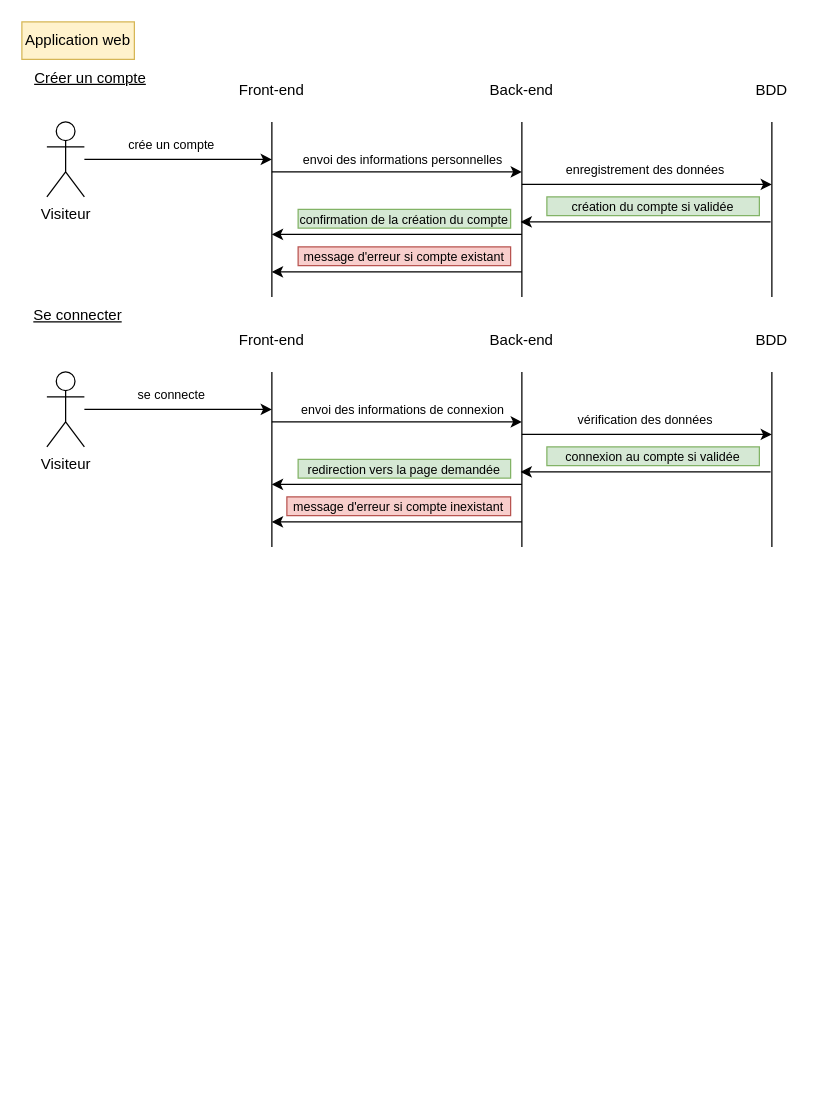
Earlier version of the draw.io diagram sequence_web.drawio (Thifanie/cinephoria). Source tidied: cells renumbered, new cells numbered last; positions are measured from the earlier drawing's top-left corner, leaving out a move shared by most shapes. Both pictures are drawn from the tidied source at 125%, with x=0, y=0 at pixel (21, 21).
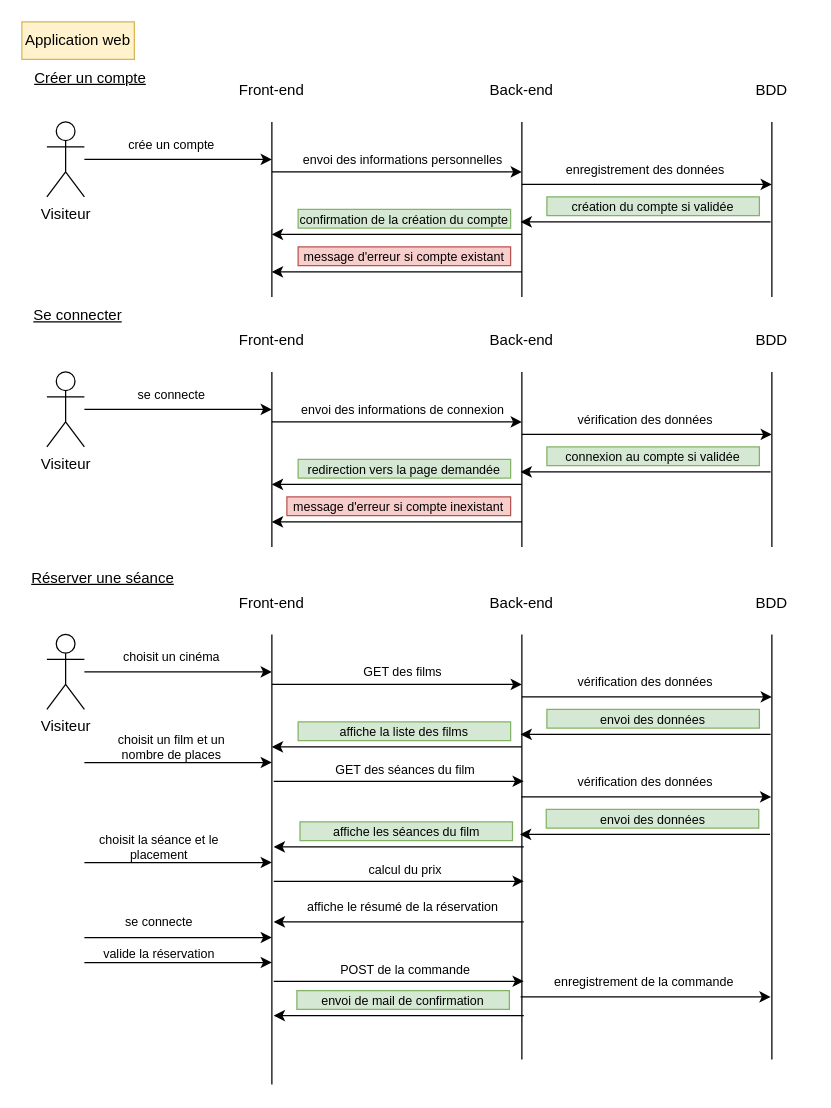
The same diagram, later.

Commit message (it also covers changes not shown here):
Mettre à jour sequence_web.drawio

Change to the diagram source:
```diff
@@
+    <mxCell id="43" value="Réserver une séance" style="text;html=1;align=center;verticalAlign=middle;whiteSpace=wrap;rounded=0;fontStyle=4;" parent="1" vertex="1">
+      <mxGeometry y="430" width="130" height="30" as="geometry" />
+    </mxCell>
+    <mxCell id="44" style="edgeStyle=orthogonalEdgeStyle;rounded=0;jettySize=auto;html=1;" parent="1" edge="1" source="45">
+      <mxGeometry relative="1" as="geometry">
+        <mxPoint x="200" y="520" as="targetPoint" />
+      </mxGeometry>
+    </mxCell>
+    <mxCell id="45" value="Visiteur" style="shape=umlActor;verticalLabelPosition=bottom;verticalAlign=top;html=1;outlineConnect=0;" parent="1" vertex="1">
+      <mxGeometry x="20" y="490" width="30" height="60" as="geometry" />
+    </mxCell>
+    <mxCell id="46" style="endArrow=none;html=1;rounded=0;" parent="1" edge="1">
+      <mxGeometry relative="1" as="geometry">
+        <mxPoint x="200" y="850" as="sourcePoint" />
+        <mxPoint x="200" y="490" as="targetPoint" />
+      </mxGeometry>
+    </mxCell>
+    <mxCell id="47" style="endArrow=none;html=1;rounded=0;" parent="1" edge="1">
+      <mxGeometry relative="1" as="geometry">
+        <mxPoint x="400" y="830" as="sourcePoint" />
+        <mxPoint x="400" y="490" as="targetPoint" />
+      </mxGeometry>
+    </mxCell>
+    <mxCell id="48" style="endArrow=none;html=1;rounded=0;" parent="1" edge="1">
+      <mxGeometry relative="1" as="geometry">
+        <mxPoint x="600" y="830" as="sourcePoint" />
+        <mxPoint x="600" y="490" as="targetPoint" />
+      </mxGeometry>
+    </mxCell>
+    <mxCell id="49" value="Front-end" style="text;html=1;align=center;verticalAlign=middle;whiteSpace=wrap;rounded=0;" parent="1" vertex="1">
+      <mxGeometry x="170" y="450" width="60" height="30" as="geometry" />
+    </mxCell>
+    <mxCell id="50" value="Back-end" style="text;html=1;align=center;verticalAlign=middle;whiteSpace=wrap;rounded=0;" parent="1" vertex="1">
+      <mxGeometry x="370" y="450" width="60" height="30" as="geometry" />
+    </mxCell>
+    <mxCell id="51" value="BDD" style="text;html=1;align=center;verticalAlign=middle;whiteSpace=wrap;rounded=0;" parent="1" vertex="1">
+      <mxGeometry x="570" y="450" width="60" height="30" as="geometry" />
+    </mxCell>
+    <mxCell id="52" value="choisit un cinéma" style="text;html=1;align=center;verticalAlign=middle;whiteSpace=wrap;rounded=0;fontSize=10;" parent="1" vertex="1">
+      <mxGeometry x="70" y="502.5" width="100" height="10" as="geometry" />
+    </mxCell>
+    <mxCell id="53" style="endArrow=classic;html=1;rounded=0;" parent="1" edge="1">
+      <mxGeometry relative="1" as="geometry">
+        <mxPoint x="200" y="530" as="sourcePoint" />
+        <mxPoint x="400" y="530" as="targetPoint" />
+      </mxGeometry>
+    </mxCell>
+    <mxCell id="54" value="GET des films" style="text;html=1;align=center;verticalAlign=middle;whiteSpace=wrap;rounded=0;fontSize=10;" parent="1" vertex="1">
+      <mxGeometry x="220" y="512.5" width="170" height="15" as="geometry" />
+    </mxCell>
+    <mxCell id="55" style="endArrow=classic;html=1;rounded=0;" parent="1" edge="1">
+      <mxGeometry relative="1" as="geometry">
+        <mxPoint x="400" y="540" as="sourcePoint" />
+        <mxPoint x="600" y="540" as="targetPoint" />
+      </mxGeometry>
+    </mxCell>
+    <mxCell id="56" value="vérification des données" style="text;html=1;align=center;verticalAlign=middle;whiteSpace=wrap;rounded=0;fontSize=10;" parent="1" vertex="1">
+      <mxGeometry x="414" y="520" width="170" height="15" as="geometry" />
+    </mxCell>
+    <mxCell id="57" value="envoi des données" style="text;html=1;align=center;verticalAlign=middle;whiteSpace=wrap;rounded=0;fontSize=10;fillColor=#d5e8d4;strokeColor=#82b366;" parent="1" vertex="1">
+      <mxGeometry x="420" y="550" width="170" height="15" as="geometry" />
+    </mxCell>
+    <mxCell id="58" style="endArrow=classic;html=1;rounded=0;" parent="1" edge="1">
+      <mxGeometry relative="1" as="geometry">
+        <mxPoint x="599" y="570" as="sourcePoint" />
+        <mxPoint x="399" y="570" as="targetPoint" />
+      </mxGeometry>
+    </mxCell>
+    <mxCell id="59" value="affiche la liste des films" style="text;html=1;align=center;verticalAlign=middle;whiteSpace=wrap;rounded=0;fontSize=10;fillColor=#d5e8d4;strokeColor=#82b366;" parent="1" vertex="1">
+      <mxGeometry x="221" y="560" width="170" height="15" as="geometry" />
+    </mxCell>
+    <mxCell id="60" style="endArrow=classic;html=1;rounded=0;" parent="1" edge="1">
+      <mxGeometry relative="1" as="geometry">
+        <mxPoint x="400" y="580" as="sourcePoint" />
+        <mxPoint x="200" y="580" as="targetPoint" />
+      </mxGeometry>
+    </mxCell>
+    <mxCell id="61" style="edgeStyle=orthogonalEdgeStyle;rounded=0;orthogonalLoop=1;jettySize=auto;html=1;" parent="1" edge="1">
+      <mxGeometry relative="1" as="geometry">
+        <mxPoint x="50" y="592.5" as="sourcePoint" />
+        <mxPoint x="200" y="592.5" as="targetPoint" />
+      </mxGeometry>
+    </mxCell>
+    <mxCell id="62" value="choisit un film et un nombre de places" style="text;html=1;align=center;verticalAlign=middle;whiteSpace=wrap;rounded=0;fontSize=10;" parent="1" vertex="1">
+      <mxGeometry x="70" y="575" width="100" height="10" as="geometry" />
+    </mxCell>
+    <mxCell id="63" style="endArrow=classic;html=1;rounded=0;" parent="1" edge="1">
+      <mxGeometry relative="1" as="geometry">
+        <mxPoint x="201.5" y="607.5" as="sourcePoint" />
+        <mxPoint x="401.5" y="607.5" as="targetPoint" />
+      </mxGeometry>
+    </mxCell>
+    <mxCell id="64" value="GET des séances du film" style="text;html=1;align=center;verticalAlign=middle;whiteSpace=wrap;rounded=0;fontSize=10;" parent="1" vertex="1">
+      <mxGeometry x="221.5" y="590" width="170" height="15" as="geometry" />
+    </mxCell>
+    <mxCell id="65" style="endArrow=classic;html=1;rounded=0;" parent="1" edge="1">
+      <mxGeometry relative="1" as="geometry">
+        <mxPoint x="399.5" y="620" as="sourcePoint" />
+        <mxPoint x="599.5" y="620" as="targetPoint" />
+      </mxGeometry>
+    </mxCell>
+    <mxCell id="66" value="vérification des données" style="text;html=1;align=center;verticalAlign=middle;whiteSpace=wrap;rounded=0;fontSize=10;" parent="1" vertex="1">
+      <mxGeometry x="413.5" y="600" width="170" height="15" as="geometry" />
+    </mxCell>
+    <mxCell id="67" value="envoi des données" style="text;html=1;align=center;verticalAlign=middle;whiteSpace=wrap;rounded=0;fontSize=10;fillColor=#d5e8d4;strokeColor=#82b366;" parent="1" vertex="1">
+      <mxGeometry x="419.5" y="630" width="170" height="15" as="geometry" />
+    </mxCell>
+    <mxCell id="68" style="endArrow=classic;html=1;rounded=0;" parent="1" edge="1">
+      <mxGeometry relative="1" as="geometry">
+        <mxPoint x="598.5" y="650" as="sourcePoint" />
+        <mxPoint x="398.5" y="650" as="targetPoint" />
+      </mxGeometry>
+    </mxCell>
+    <mxCell id="69" value="affiche les séances du film" style="text;html=1;align=center;verticalAlign=middle;whiteSpace=wrap;rounded=0;fontSize=10;fillColor=#d5e8d4;strokeColor=#82b366;" parent="1" vertex="1">
+      <mxGeometry x="222.5" y="640" width="170" height="15" as="geometry" />
+    </mxCell>
+    <mxCell id="70" style="endArrow=classic;html=1;rounded=0;" parent="1" edge="1">
+      <mxGeometry relative="1" as="geometry">
+        <mxPoint x="401.5" y="660" as="sourcePoint" />
+        <mxPoint x="201.5" y="660" as="targetPoint" />
+      </mxGeometry>
+    </mxCell>
+    <mxCell id="71" style="edgeStyle=orthogonalEdgeStyle;rounded=0;orthogonalLoop=1;jettySize=auto;html=1;" parent="1" edge="1">
+      <mxGeometry relative="1" as="geometry">
+        <mxPoint x="50" y="672.5" as="sourcePoint" />
+        <mxPoint x="200" y="672.5" as="targetPoint" />
+      </mxGeometry>
+    </mxCell>
+    <mxCell id="72" value="choisit la séance et le placement" style="text;html=1;align=center;verticalAlign=middle;whiteSpace=wrap;rounded=0;fontSize=10;" parent="1" vertex="1">
+      <mxGeometry x="60" y="655" width="100" height="10" as="geometry" />
+    </mxCell>
+    <mxCell id="73" style="endArrow=classic;html=1;rounded=0;" parent="1" edge="1">
+      <mxGeometry relative="1" as="geometry">
+        <mxPoint x="201.5" y="687.5" as="sourcePoint" />
+        <mxPoint x="401.5" y="687.5" as="targetPoint" />
+      </mxGeometry>
+    </mxCell>
+    <mxCell id="74" value="calcul du prix" style="text;html=1;align=center;verticalAlign=middle;whiteSpace=wrap;rounded=0;fontSize=10;" parent="1" vertex="1">
+      <mxGeometry x="221.5" y="670" width="170" height="15" as="geometry" />
+    </mxCell>
+    <mxCell id="75" style="endArrow=classic;html=1;rounded=0;" parent="1" edge="1">
+      <mxGeometry relative="1" as="geometry">
+        <mxPoint x="401.5" y="720" as="sourcePoint" />
+        <mxPoint x="201.5" y="720" as="targetPoint" />
+      </mxGeometry>
+    </mxCell>
+    <mxCell id="76" value="affiche le résumé de la réservation" style="text;html=1;align=center;verticalAlign=middle;whiteSpace=wrap;rounded=0;fontSize=10;" parent="1" vertex="1">
+      <mxGeometry x="220" y="700" width="170" height="15" as="geometry" />
+    </mxCell>
+    <mxCell id="77" style="edgeStyle=orthogonalEdgeStyle;rounded=0;orthogonalLoop=1;jettySize=auto;html=1;" parent="1" edge="1">
+      <mxGeometry relative="1" as="geometry">
+        <mxPoint x="50" y="732.5" as="sourcePoint" />
+        <mxPoint x="200" y="732.5" as="targetPoint" />
+      </mxGeometry>
+    </mxCell>
+    <mxCell id="78" value="se connecte" style="text;html=1;align=center;verticalAlign=middle;whiteSpace=wrap;rounded=0;fontSize=10;" parent="1" vertex="1">
+      <mxGeometry x="60" y="715" width="100" height="10" as="geometry" />
+    </mxCell>
+    <mxCell id="79" style="edgeStyle=orthogonalEdgeStyle;rounded=0;orthogonalLoop=1;jettySize=auto;html=1;" parent="1" edge="1">
+      <mxGeometry relative="1" as="geometry">
+        <mxPoint x="50" y="752.5" as="sourcePoint" />
+        <mxPoint x="200" y="752.5" as="targetPoint" />
+      </mxGeometry>
+    </mxCell>
+    <mxCell id="80" value="valide la réservation" style="text;html=1;align=center;verticalAlign=middle;whiteSpace=wrap;rounded=0;fontSize=10;" parent="1" vertex="1">
+      <mxGeometry x="60" y="740" width="100" height="10" as="geometry" />
+    </mxCell>
+    <mxCell id="81" style="endArrow=classic;html=1;rounded=0;" parent="1" edge="1">
+      <mxGeometry relative="1" as="geometry">
+        <mxPoint x="201.5" y="767.5" as="sourcePoint" />
+        <mxPoint x="401.5" y="767.5" as="targetPoint" />
+      </mxGeometry>
+    </mxCell>
+    <mxCell id="82" value="POST de la commande" style="text;html=1;align=center;verticalAlign=middle;whiteSpace=wrap;rounded=0;fontSize=10;" parent="1" vertex="1">
+      <mxGeometry x="221.5" y="750" width="170" height="15" as="geometry" />
+    </mxCell>
+    <mxCell id="83" style="endArrow=classic;html=1;rounded=0;" parent="1" edge="1">
+      <mxGeometry relative="1" as="geometry">
+        <mxPoint x="399" y="780" as="sourcePoint" />
+        <mxPoint x="599" y="780" as="targetPoint" />
+      </mxGeometry>
+    </mxCell>
+    <mxCell id="84" value="enregistrement de la commande" style="text;html=1;align=center;verticalAlign=middle;whiteSpace=wrap;rounded=0;fontSize=10;" parent="1" vertex="1">
+      <mxGeometry x="413" y="760" width="170" height="15" as="geometry" />
+    </mxCell>
+    <mxCell id="85" style="endArrow=classic;html=1;rounded=0;" parent="1" edge="1">
+      <mxGeometry relative="1" as="geometry">
+        <mxPoint x="401.5" y="795" as="sourcePoint" />
+        <mxPoint x="201.5" y="795" as="targetPoint" />
+      </mxGeometry>
+    </mxCell>
+    <mxCell id="86" value="envoi de mail de confirmation" style="text;html=1;align=center;verticalAlign=middle;whiteSpace=wrap;rounded=0;fontSize=10;fillColor=#d5e8d4;strokeColor=#82b366;" parent="1" vertex="1">
+      <mxGeometry x="220" y="775" width="170" height="15" as="geometry" />
+    </mxCell>
```
